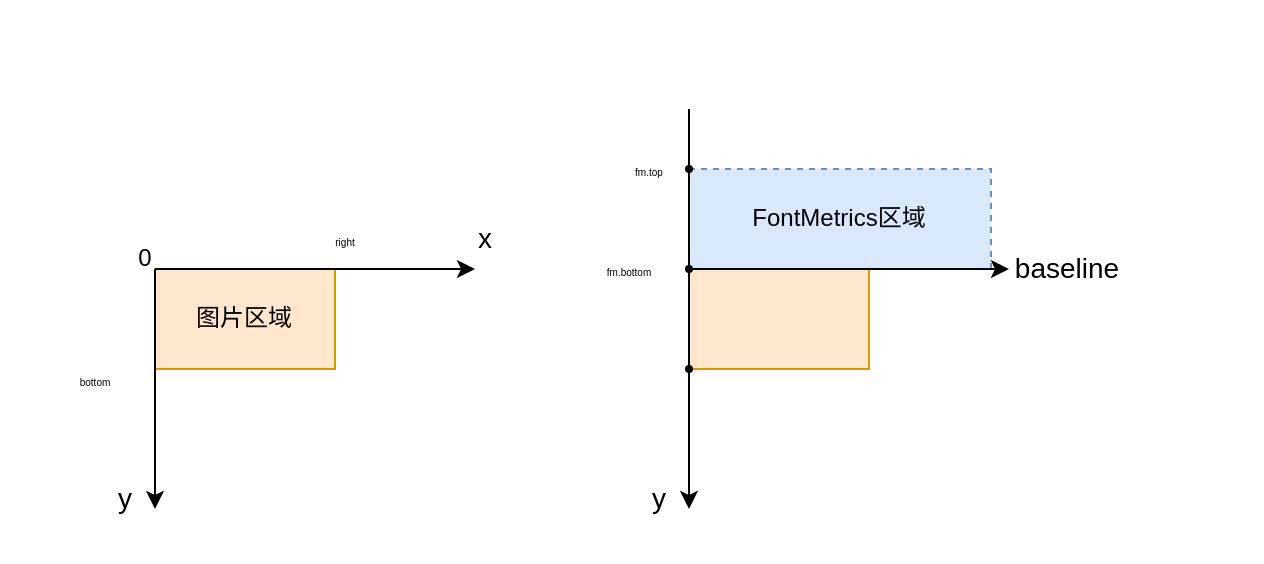
Earlier version of the draw.io diagram page "官方ImageSpan" (1 of 2) of RichTextShare.drawio (WensonLuo/Drowio). Source tidied: cells renumbered, new cells numbered last; positions are measured from the earlier drawing's top-left corner, leaving out a move shared by most shapes. Both pictures are drawn from the tidied source at 200%, with x=0, y=0 at pixel (34, 108).
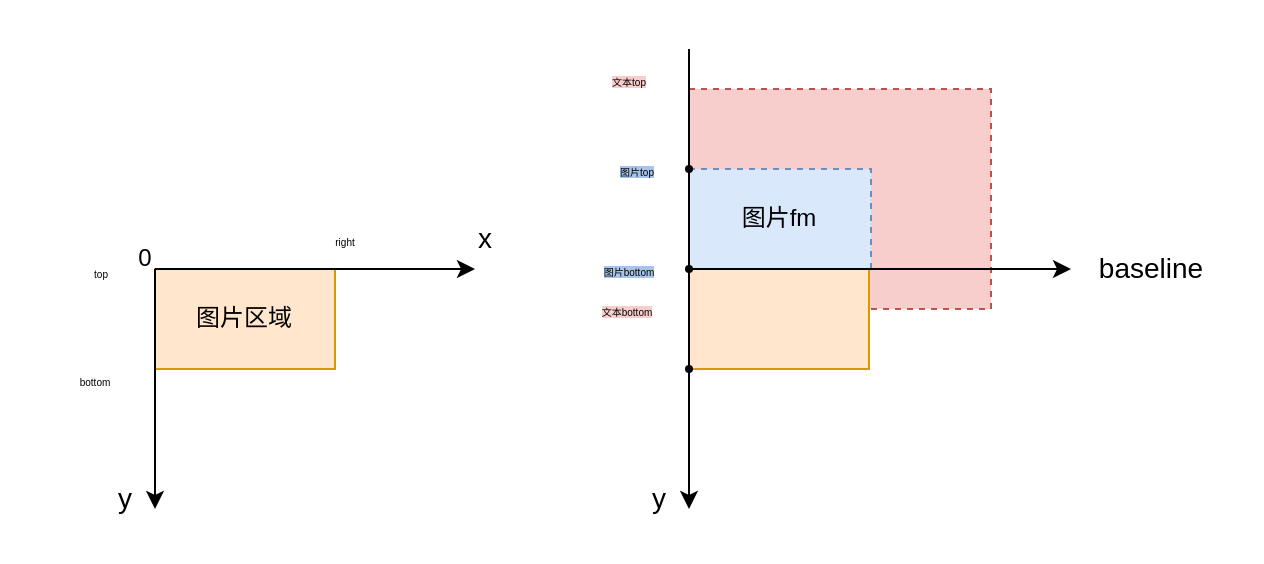
The same diagram, later.

The change refers to these unchanged cells:
```xml
<mxCell id="20" style="shape=waypoint;sketch=0;size=6;points=[];fillColor=none;perimeter=centerPerimeter;snapToPoint=1;strokeWidth=0;" parent="1" vertex="1">
  <mxGeometry x="317" y="70" width="20" height="20" as="geometry" />
</mxCell>
```

Change to the diagram source:
```diff
@@
+    <mxCell id="22" style="rounded=0;whiteSpace=wrap;html=1;fillColor=#f8cecc;strokeColor=#b85450;dashed=1;" parent="1" vertex="1">
+      <mxGeometry x="327" y="-10" width="151" height="110" as="geometry" />
+    </mxCell>
@@
-    <mxCell id="4" value="FontMetrics区域" style="rounded=0;whiteSpace=wrap;html=1;fillColor=#dae8fc;strokeColor=#6c8ebf;dashed=1;" parent="1" vertex="1">
-      <mxGeometry x="327" y="30" width="151" height="50" as="geometry" />
+    <mxCell id="4" value="图片fm" style="rounded=0;whiteSpace=wrap;html=1;fillColor=#dae8fc;strokeColor=#6c8ebf;dashed=1;" parent="1" vertex="1">
+      <mxGeometry x="327" y="30" width="91" height="50" as="geometry" />
     </mxCell>
@@
-    <mxCell id="12" style="endArrow=classic;html=1;rounded=0;" parent="1" edge="1" source="20">
-      <mxGeometry relative="1" as="geometry">
-        <mxPoint x="487" y="80" as="targetPoint" />
-      </mxGeometry>
+    <mxCell id="12" style="endArrow=classic;html=1;rounded=0;" parent="1" edge="1" source="20" target="14">
+      <mxGeometry relative="1" as="geometry" />
     </mxCell>
     <mxCell id="13" style="endArrow=classic;html=1;rounded=0;" parent="1" edge="1">
       <mxGeometry relative="1" as="geometry">
-        <mxPoint x="327" as="sourcePoint" />
+        <mxPoint x="327" y="-30" as="sourcePoint" />
         <mxPoint x="327" y="200" as="targetPoint" />
       </mxGeometry>
     </mxCell>
     <mxCell id="14" value="&lt;font style=&quot;font-size: 14px;&quot;&gt;baseline&lt;/font&gt;" style="text;html=1;align=center;verticalAlign=middle;points=[];strokeColor=none;fillColor=none;" parent="1" vertex="1">
-      <mxGeometry x="476" y="65" width="80" height="30" as="geometry" />
+      <mxGeometry x="518" y="65" width="80" height="30" as="geometry" />
     </mxCell>
@@
-    <mxCell id="16" value="&lt;font style=&quot;font-size: 5px;&quot;&gt;fm.top&lt;/font&gt;" style="text;html=1;align=center;verticalAlign=middle;strokeColor=none;fillColor=none;" parent="1" vertex="1">
-      <mxGeometry x="277" y="15" width="60" height="30" as="geometry" />
+    <mxCell id="16" value="&lt;span style=&quot;font-size: 5px; background-color: rgb(169, 196, 235);&quot;&gt;图片top&lt;/span&gt;" style="text;html=1;align=center;verticalAlign=middle;strokeColor=none;fillColor=none;" parent="1" vertex="1">
+      <mxGeometry x="271" y="15" width="60" height="30" as="geometry" />
     </mxCell>
@@
-    <mxCell id="21" value="&lt;font style=&quot;font-size: 5px;&quot;&gt;fm.bottom&lt;/font&gt;" style="text;html=1;align=center;verticalAlign=middle;strokeColor=none;fillColor=none;" parent="1" vertex="1">
+    <mxCell id="21" value="&lt;font style=&quot;font-size: 5px; background-color: rgb(169, 196, 235);&quot;&gt;图片bottom&lt;/font&gt;" style="text;html=1;align=center;verticalAlign=middle;strokeColor=none;fillColor=none;" parent="1" vertex="1">
       <mxGeometry x="257" y="65" width="80" height="30" as="geometry" />
     </mxCell>
+    <mxCell id="23" value="&lt;span style=&quot;font-size: 5px;&quot;&gt;top&lt;/span&gt;" style="text;html=1;align=center;verticalAlign=middle;strokeColor=none;fillColor=none;" parent="1" vertex="1">
+      <mxGeometry x="13" y="66" width="40" height="30" as="geometry" />
+    </mxCell>
+    <mxCell id="24" value="&lt;span style=&quot;font-size: 5px; background-color: rgb(248, 206, 204);&quot;&gt;文本top&lt;/span&gt;" style="text;html=1;align=center;verticalAlign=middle;strokeColor=none;fillColor=none;" parent="1" vertex="1">
+      <mxGeometry x="267" y="-30" width="60" height="30" as="geometry" />
+    </mxCell>
+    <mxCell id="25" value="&lt;font style=&quot;font-size: 5px; background-color: rgb(248, 206, 204);&quot;&gt;文本bottom&lt;/font&gt;" style="text;html=1;align=center;verticalAlign=middle;strokeColor=none;fillColor=none;" parent="1" vertex="1">
+      <mxGeometry x="256" y="85" width="80" height="30" as="geometry" />
+    </mxCell>
```
